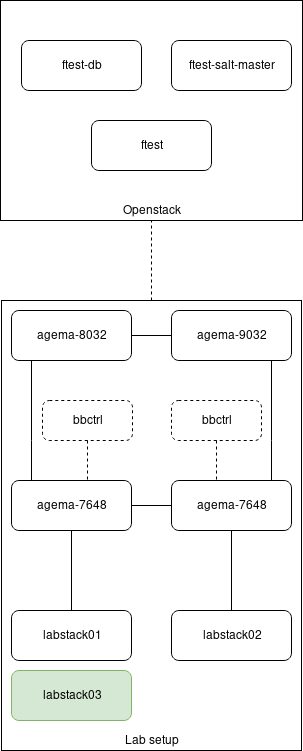
Earlier version of the draw.io export test-description/testbed/images/ftest_general_setup.png (bisdn/bisdn.github.io). Source tidied: cells renumbered, new cells last; positions are measured from the earlier drawing's top-left corner, leaving out a move shared by most shapes.
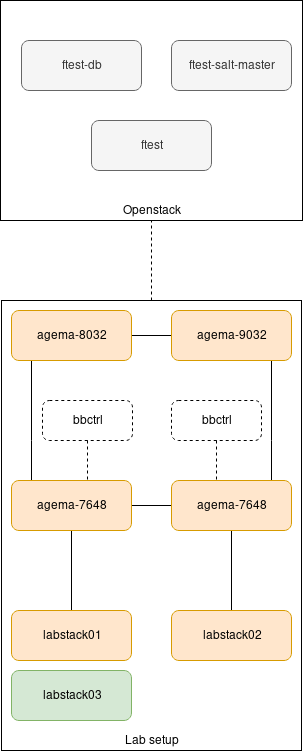
Above is the later version.

The edit, as a diff of the source:
```diff
@@ -8,7 +8,7 @@
     <mxCell id="3" value="Lab setup" style="rounded=0;whiteSpace=wrap;html=1;align=center;fillColor=none;verticalAlign=bottom;" parent="1" vertex="1">
       <mxGeometry x="1" y="300" width="300" height="450" as="geometry" />
     </mxCell>
-    <mxCell id="4" value="Openstack " style="rounded=0;whiteSpace=wrap;html=1;align=center;fillColor=none;verticalAlign=bottom;" parent="1" vertex="1">
+    <mxCell id="4" value="Openstack " style="rounded=0;whiteSpace=wrap;html=1;align=center;verticalAlign=bottom;fillColor=none;" parent="1" vertex="1">
       <mxGeometry width="302" height="220" as="geometry" />
     </mxCell>
     <mxCell id="5" style="edgeStyle=orthogonalEdgeStyle;rounded=0;jettySize=auto;html=1;exitX=1;exitY=0.5;exitDx=0;exitDy=0;entryX=0;entryY=0.5;entryDx=0;entryDy=0;endArrow=none;endFill=0;" parent="1" edge="1" source="8" target="14">
@@ -25,16 +25,16 @@
         </Array>
       </mxGeometry>
     </mxCell>
-    <mxCell id="8" value="agema-7648" style="rounded=1;whiteSpace=wrap;html=1;align=center;" parent="1" vertex="1">
+    <mxCell id="8" value="agema-7648" style="rounded=1;whiteSpace=wrap;html=1;align=center;fillColor=#ffe6cc;strokeColor=#d79b00;" parent="1" vertex="1">
       <mxGeometry x="11" y="480" width="120" height="50" as="geometry" />
     </mxCell>
     <mxCell id="9" style="edgeStyle=orthogonalEdgeStyle;rounded=0;jettySize=auto;html=1;exitX=1;exitY=0.5;exitDx=0;exitDy=0;entryX=0;entryY=0.5;entryDx=0;entryDy=0;endArrow=none;endFill=0;" parent="1" edge="1" source="10" target="15">
       <mxGeometry relative="1" as="geometry" />
     </mxCell>
-    <mxCell id="10" value="agema-8032" style="rounded=1;whiteSpace=wrap;html=1;align=center;" parent="1" vertex="1">
+    <mxCell id="10" value="agema-8032" style="rounded=1;whiteSpace=wrap;html=1;align=center;fillColor=#ffe6cc;strokeColor=#d79b00;" parent="1" vertex="1">
       <mxGeometry x="11" y="310" width="120" height="50" as="geometry" />
     </mxCell>
-    <mxCell id="11" value="labstack01" style="rounded=1;whiteSpace=wrap;html=1;align=center;" parent="1" vertex="1">
+    <mxCell id="11" value="labstack01" style="rounded=1;whiteSpace=wrap;html=1;align=center;fillColor=#ffe6cc;strokeColor=#d79b00;" parent="1" vertex="1">
       <mxGeometry x="11" y="610" width="120" height="50" as="geometry" />
     </mxCell>
     <mxCell id="12" style="edgeStyle=orthogonalEdgeStyle;rounded=0;jettySize=auto;html=1;endArrow=none;endFill=0;" parent="1" edge="1" source="14" target="16">
@@ -48,13 +48,13 @@
         </Array>
       </mxGeometry>
     </mxCell>
-    <mxCell id="14" value="&lt;div&gt;agema-7648&lt;/div&gt;" style="rounded=1;whiteSpace=wrap;html=1;align=center;" parent="1" vertex="1">
+    <mxCell id="14" value="&lt;div&gt;agema-7648&lt;/div&gt;" style="rounded=1;whiteSpace=wrap;html=1;align=center;fillColor=#ffe6cc;strokeColor=#d79b00;" parent="1" vertex="1">
       <mxGeometry x="171" y="480" width="120" height="50" as="geometry" />
     </mxCell>
-    <mxCell id="15" value="agema-9032" style="rounded=1;whiteSpace=wrap;html=1;align=center;" parent="1" vertex="1">
+    <mxCell id="15" value="agema-9032" style="rounded=1;whiteSpace=wrap;html=1;align=center;fillColor=#ffe6cc;strokeColor=#d79b00;" parent="1" vertex="1">
       <mxGeometry x="171" y="310" width="120" height="50" as="geometry" />
     </mxCell>
-    <mxCell id="16" value="labstack02" style="rounded=1;whiteSpace=wrap;html=1;align=center;" parent="1" vertex="1">
+    <mxCell id="16" value="labstack02" style="rounded=1;whiteSpace=wrap;html=1;align=center;fillColor=#ffe6cc;strokeColor=#d79b00;" parent="1" vertex="1">
       <mxGeometry x="171" y="610" width="120" height="50" as="geometry" />
     </mxCell>
     <mxCell id="17" value="labstack03" style="rounded=1;whiteSpace=wrap;html=1;align=center;fillColor=#d5e8d4;strokeColor=#82b366;" parent="1" vertex="1">
@@ -72,13 +72,13 @@
     <mxCell id="21" value="bbctrl" style="rounded=1;whiteSpace=wrap;html=1;fillColor=none;align=center;arcSize=17;dashed=1;" parent="1" vertex="1">
       <mxGeometry x="171" y="400" width="90" height="40" as="geometry" />
     </mxCell>
-    <mxCell id="22" value="ftest-db" style="rounded=1;whiteSpace=wrap;html=1;align=center;" parent="1" vertex="1">
+    <mxCell id="22" value="ftest-db" style="rounded=1;whiteSpace=wrap;html=1;align=center;fillColor=#f5f5f5;strokeColor=#666666;fontColor=#333333;" parent="1" vertex="1">
       <mxGeometry x="21" y="40" width="120" height="50" as="geometry" />
     </mxCell>
-    <mxCell id="23" value="&lt;div&gt;ftest&lt;/div&gt;" style="rounded=1;whiteSpace=wrap;html=1;align=center;" parent="1" vertex="1">
+    <mxCell id="23" value="&lt;div&gt;ftest&lt;/div&gt;" style="rounded=1;whiteSpace=wrap;html=1;align=center;fillColor=#f5f5f5;strokeColor=#666666;fontColor=#333333;" parent="1" vertex="1">
       <mxGeometry x="91" y="120" width="120" height="50" as="geometry" />
     </mxCell>
-    <mxCell id="24" value="ftest-salt-master" style="rounded=1;whiteSpace=wrap;html=1;align=center;" parent="1" vertex="1">
+    <mxCell id="24" value="ftest-salt-master" style="rounded=1;whiteSpace=wrap;html=1;align=center;fillColor=#f5f5f5;strokeColor=#666666;fontColor=#333333;" parent="1" vertex="1">
       <mxGeometry x="171" y="40" width="120" height="50" as="geometry" />
     </mxCell>
   </root>
```
